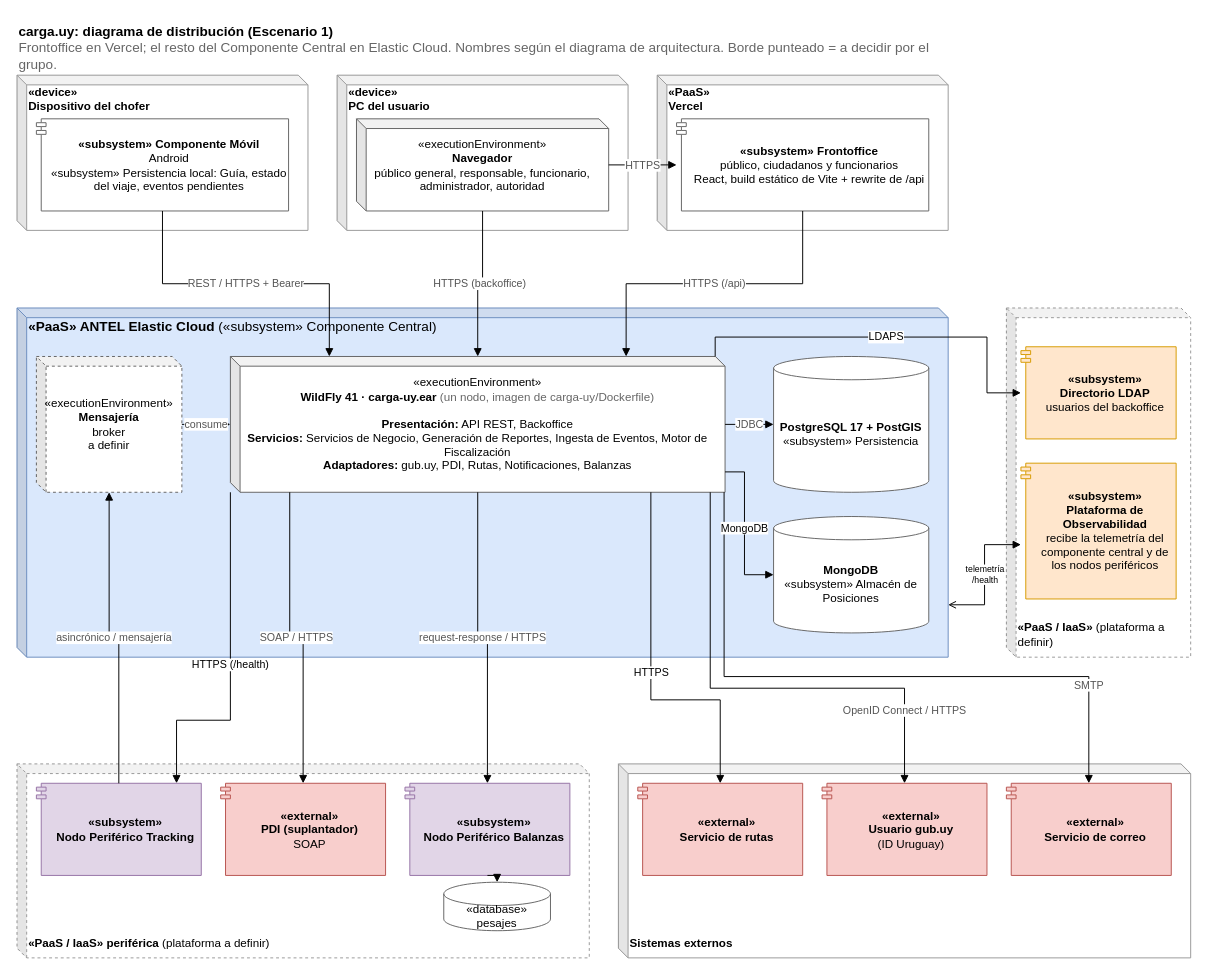
LucasLazogue/TSE-carga-uy keeps this draw.io diagram as docs/informe/fuentes-drawio/carga-uy-distribucion-v3.drawio. Above is the earlier version. Source tidied: cells renumbered, new cells numbered last; positions are measured from the earlier drawing's top-left corner, leaving out a move shared by most shapes. Both pictures are drawn from the tidied source at 97%, with x=0, y=0 at pixel (16, 16).
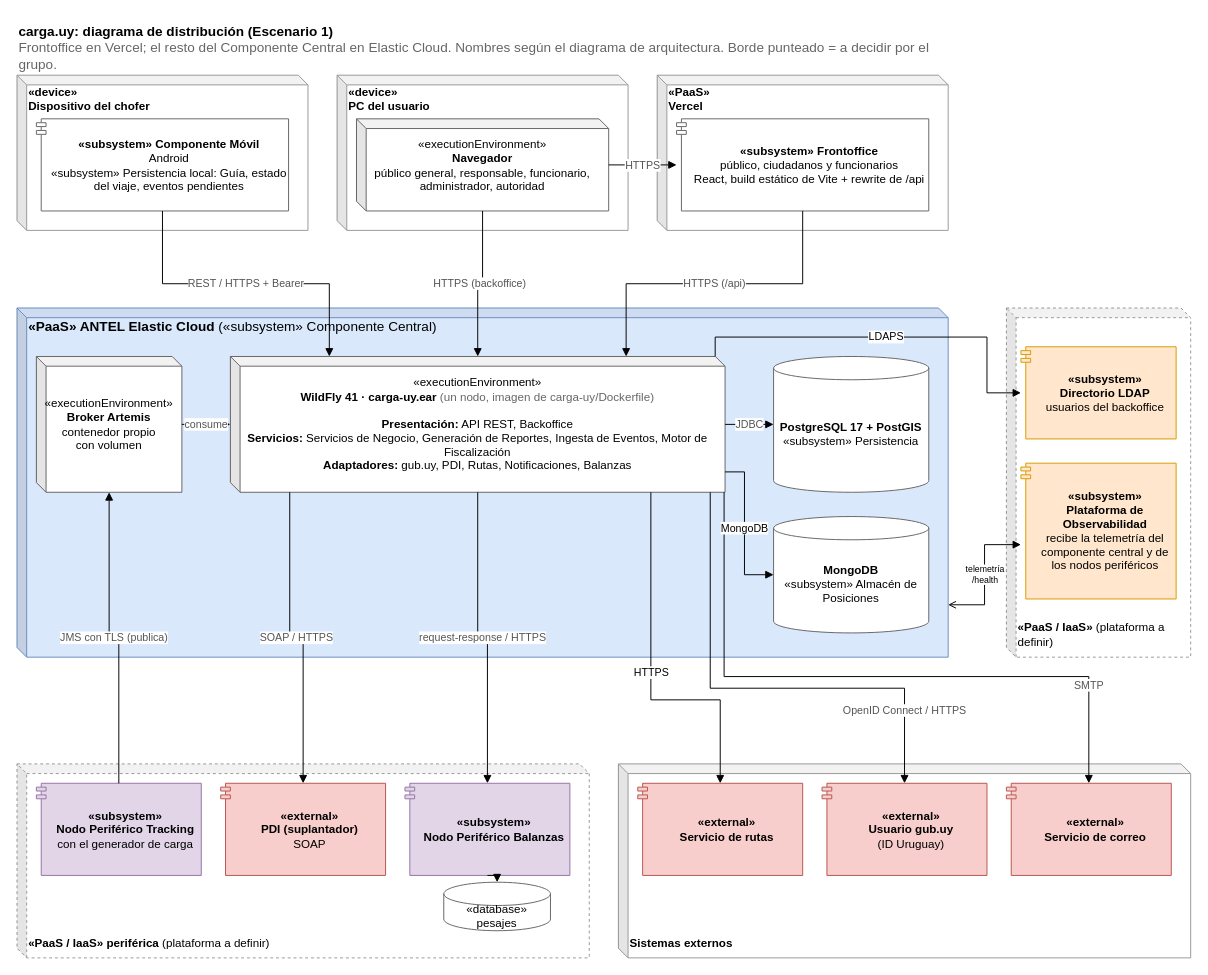
The same diagram, later.

Commit message (it also covers changes not shown here):
docs: decisiones de tracking en el informe

The change refers to these unchanged cells:
```xml
<mxCell id="9" value="«PaaS» ANTEL Elastic Cloud &lt;span style=&quot;font-weight:normal&quot;&gt;(«subsystem» Componente Central)&lt;/span&gt;" style="shape=cube;size=10;darkOpacity=0.05;darkOpacity2=0.1;whiteSpace=wrap;html=1;verticalAlign=top;align=left;spacingLeft=10;spacingTop=4;fontStyle=1;fontSize=14;fillColor=#dae8fc;strokeColor=#6c8ebf;" parent="1" vertex="1">
  <mxGeometry y="300" width="960" height="360" as="geometry" />
</mxCell>
<mxCell id="11" value="«executionEnvironment»&lt;br&gt;&lt;b&gt;WildFly 41 · carga-uy.ear&lt;/b&gt; &lt;font color=&quot;#666666&quot;&gt;(un nodo, imagen de carga-uy/Dockerfile)&lt;/font&gt;&lt;br&gt;&lt;br&gt;&lt;b&gt;Presentación:&lt;/b&gt; API REST, Backoffice&lt;br&gt;&lt;b&gt;Servicios:&lt;/b&gt; Servicios de Negocio, Generación de Reportes, Ingesta de Eventos, Motor de Fiscalización&lt;br&gt;&lt;b&gt;Adaptadores:&lt;/b&gt; gub.uy, PDI, Rutas, Notificaciones, Balanzas" style="shape=cube;size=10;darkOpacity=0.05;darkOpacity2=0.1;whiteSpace=wrap;html=1;verticalAlign=middle;align=center;fillColor=#ffffff;strokeColor=#666666;spacing=8;" parent="9" vertex="1">
  <mxGeometry x="220" y="50" width="510" height="140" as="geometry" />
</mxCell>
<mxCell id="13" value="«PaaS / IaaS» periférica &lt;span style=&quot;font-weight:normal&quot;&gt;(plataforma a definir)&lt;/span&gt;" style="shape=cube;size=10;darkOpacity=0.05;darkOpacity2=0.1;whiteSpace=wrap;html=1;verticalAlign=bottom;align=left;spacingLeft=10;spacingBottom=6;fontStyle=1;fillColor=none;strokeColor=#999999;dashed=1;" parent="1" vertex="1">
  <mxGeometry y="770" width="590" height="200" as="geometry" />
</mxCell>
```

Diff of the diagram source:
```diff
@@
-    <mxCell id="10" value="«executionEnvironment»&lt;br&gt;&lt;b&gt;Mensajería&lt;/b&gt;&lt;br&gt;broker&lt;br&gt;a definir" style="shape=cube;size=10;darkOpacity=0.05;darkOpacity2=0.1;whiteSpace=wrap;html=1;verticalAlign=middle;align=center;fillColor=#ffffff;strokeColor=#666666;dashed=1;" parent="9" vertex="1">
+    <mxCell id="10" value="«executionEnvironment»&lt;br&gt;&lt;b&gt;Broker Artemis&lt;/b&gt;&lt;br&gt;contenedor propio&lt;br&gt;con volumen" style="shape=cube;size=10;darkOpacity=0.05;darkOpacity2=0.1;whiteSpace=wrap;html=1;verticalAlign=middle;align=center;fillColor=#ffffff;strokeColor=#666666;" parent="9" vertex="1">
       <mxGeometry x="20" y="50" width="150" height="140" as="geometry" />
     </mxCell>
@@
-    <mxCell id="14" value="&lt;b&gt;«subsystem»&lt;br&gt;Nodo Periférico Tracking&lt;/b&gt;" style="shape=module;jettyWidth=10;jettyHeight=4;whiteSpace=wrap;html=1;align=center;verticalAlign=middle;spacingLeft=14;fillColor=#e1d5e7;strokeColor=#9673a6;" parent="13" vertex="1">
+    <mxCell id="14" value="&lt;b&gt;«subsystem»&lt;br&gt;Nodo Periférico Tracking&lt;/b&gt;&lt;br&gt;con el generador de carga" style="shape=module;jettyWidth=10;jettyHeight=4;whiteSpace=wrap;html=1;align=center;verticalAlign=middle;spacingLeft=14;fillColor=#e1d5e7;strokeColor=#9673a6;" parent="13" vertex="1">
       <mxGeometry x="20" y="20" width="170" height="95" as="geometry" />
     </mxCell>
@@
-    <mxCell id="26" value="asincrónico / mensajería" style="edgeStyle=orthogonalEdgeStyle;rounded=0;html=1;endArrow=block;endFill=1;exitX=0.5;exitY=0;exitDx=0;exitDy=0;entryX=0.5;entryY=1;entryDx=0;entryDy=0;labelBackgroundColor=#ffffff;fontColor=#555555;" parent="1" edge="1" source="14" target="10">
+    <mxCell id="26" value="JMS con TLS (publica)" style="edgeStyle=orthogonalEdgeStyle;rounded=0;html=1;endArrow=block;endFill=1;exitX=0.5;exitY=0;exitDx=0;exitDy=0;entryX=0.5;entryY=1;entryDx=0;entryDy=0;labelBackgroundColor=#ffffff;fontColor=#555555;" parent="1" edge="1" source="14" target="10">
       <mxGeometry relative="1" as="geometry" />
     </mxCell>
@@
-    <mxCell id="37" value="HTTPS (/health)" style="edgeStyle=orthogonalEdgeStyle;rounded=0;html=1;endArrow=block;endFill=1;exitX=0;exitY=1;exitDx=0;exitDy=0;entryX=0.85;entryY=0;entryDx=0;entryDy=0;" parent="1" edge="1" source="11" target="14">
-      <mxGeometry relative="1" as="geometry">
-        <Array as="points">
-          <mxPoint x="220" y="725" />
-          <mxPoint x="164" y="725" />
-        </Array>
-      </mxGeometry>
-    </mxCell>
```
